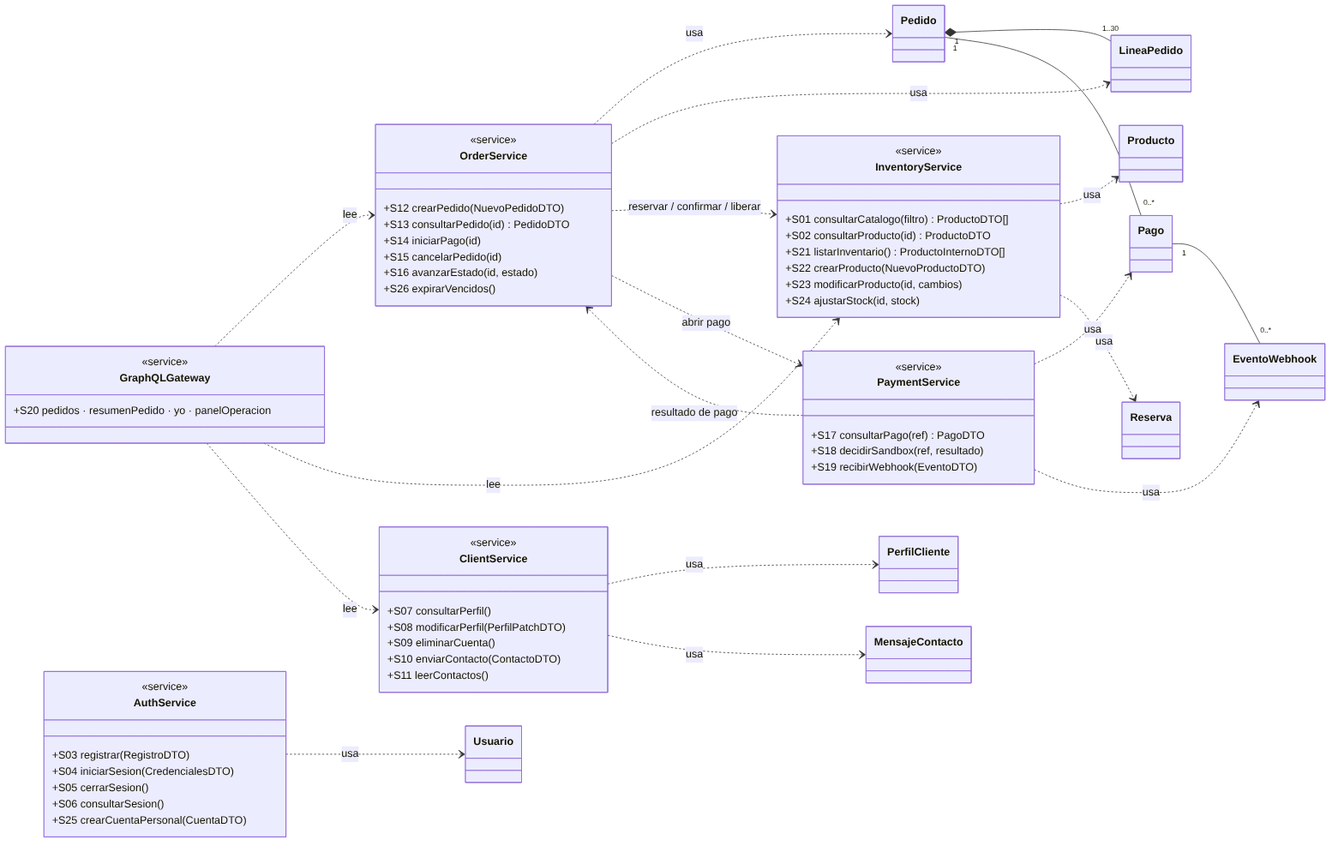
Before: Unidad 2/evaluacion2/docs/diagramas/servicios_publicos.png, a diagram exported from Mermaid (Jawsker/dwm20260203). Its source is kept beside it as Unidad 2/evaluacion2/docs/diagramas/servicios_publicos.mmd. Source of this version:
```mermaid
classDiagram
    direction LR
    class InventoryService {
        <<service>>
        +S01 consultarCatalogo(filtro) ProductoDTO[]
        +S02 consultarProducto(id) ProductoDTO
        +S21 listarInventario() ProductoInternoDTO[]
        +S22 crearProducto(NuevoProductoDTO)
        +S23 modificarProducto(id, cambios)
        +S24 ajustarStock(id, stock)
    }
    class AuthService {
        <<service>>
        +S03 registrar(RegistroDTO)
        +S04 iniciarSesion(CredencialesDTO)
        +S05 cerrarSesion()
        +S06 consultarSesion()
        +S25 crearCuentaPersonal(CuentaDTO)
    }
    class ClientService {
        <<service>>
        +S07 consultarPerfil()
        +S08 modificarPerfil(PerfilPatchDTO)
        +S09 eliminarCuenta()
        +S10 enviarContacto(ContactoDTO)
        +S11 leerContactos()
    }
    class OrderService {
        <<service>>
        +S12 crearPedido(NuevoPedidoDTO)
        +S13 consultarPedido(id) PedidoDTO
        +S14 iniciarPago(id)
        +S15 cancelarPedido(id)
        +S16 avanzarEstado(id, estado)
        +S26 expirarVencidos()
    }
    class PaymentService {
        <<service>>
        +S17 consultarPago(ref) PagoDTO
        +S18 decidirSandbox(ref, resultado)
        +S19 recibirWebhook(EventoDTO)
    }
    class GraphQLGateway {
        <<service>>
        +S20 pedidos · resumenPedido · yo · panelOperacion
    }
    class Usuario
    class PerfilCliente
    class MensajeContacto
    class Producto
    class Reserva
    class Pedido
    class LineaPedido
    class Pago
    class EventoWebhook
    AuthService ..> Usuario : usa
    ClientService ..> PerfilCliente : usa
    ClientService ..> MensajeContacto : usa
    InventoryService ..> Producto : usa
    InventoryService ..> Reserva : usa
    OrderService ..> Pedido : usa
    OrderService ..> LineaPedido : usa
    PaymentService ..> Pago : usa
    PaymentService ..> EventoWebhook : usa
    OrderService ..> InventoryService : reservar / confirmar / liberar
    OrderService ..> PaymentService : abrir pago
    PaymentService ..> OrderService : resultado de pago
    GraphQLGateway ..> OrderService : lee
    GraphQLGateway ..> InventoryService : lee
    GraphQLGateway ..> ClientService : lee
    Pedido "1" *-- "1..30" LineaPedido
    Pedido "1" -- "0..*" Pago
    Pago "1" -- "0..*" EventoWebhook
```
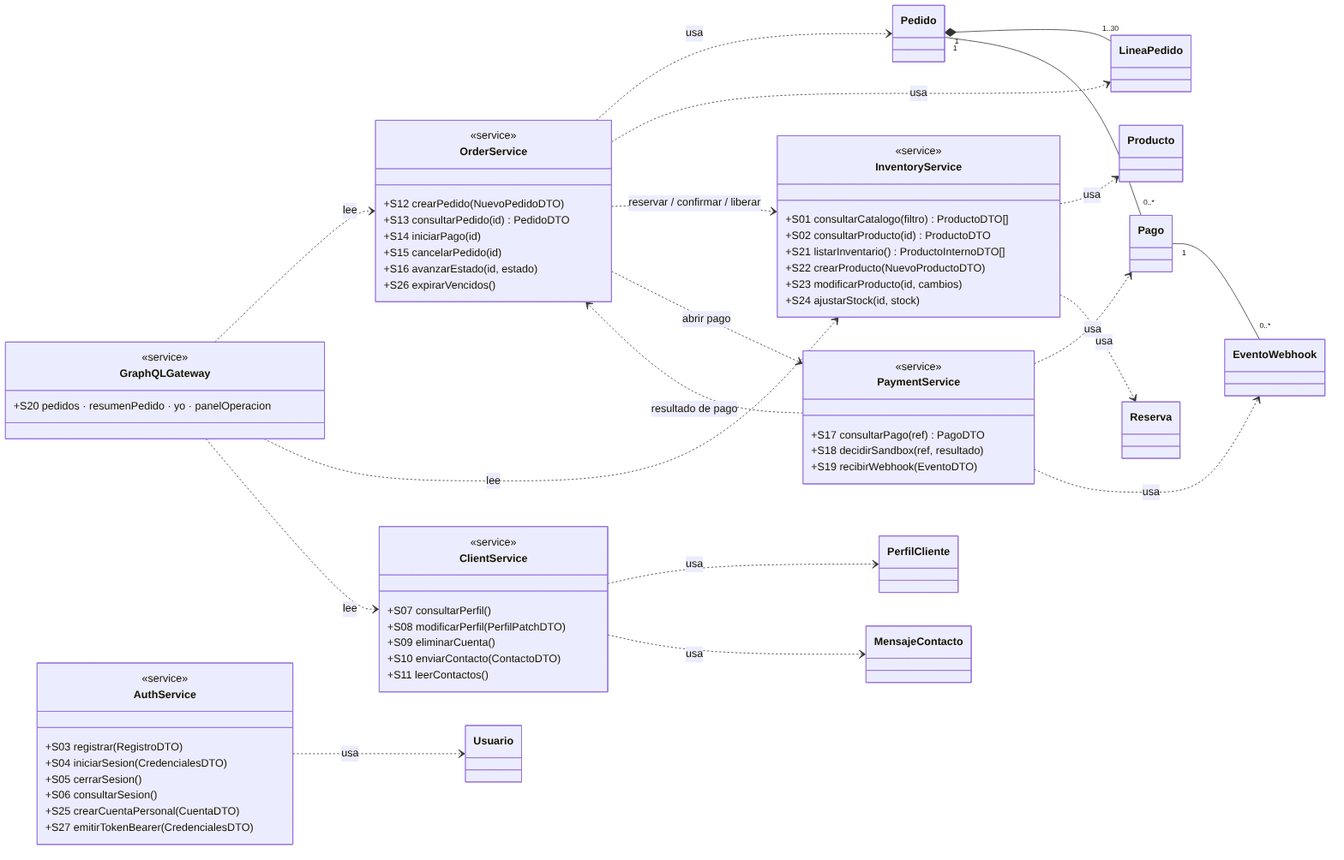
After the commit.

What changed in the source:
```diff
@@ -16,6 +16,7 @@
         +S05 cerrarSesion()
         +S06 consultarSesion()
         +S25 crearCuentaPersonal(CuentaDTO)
+        +S27 emitirTokenBearer(CredencialesDTO)
     }
     class ClientService {
         <<service>>
```
